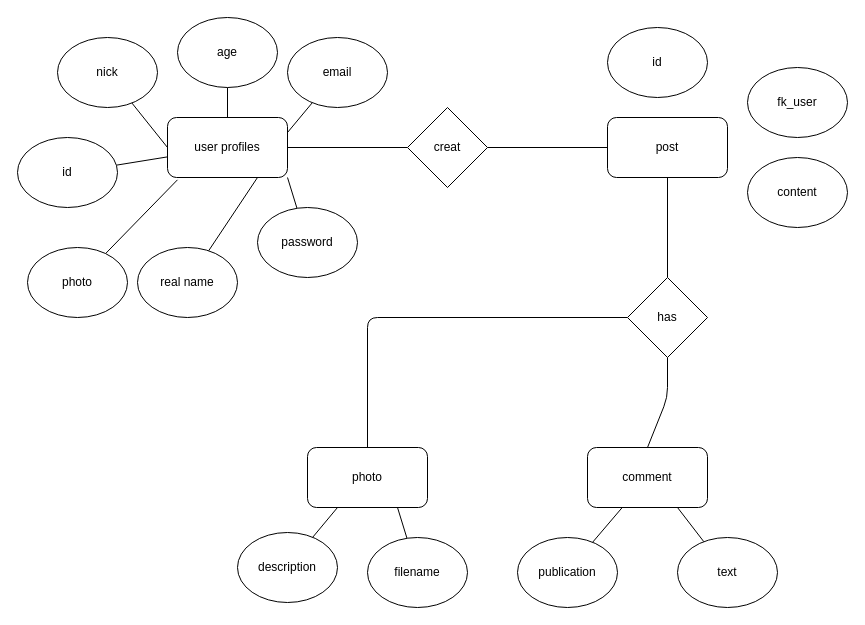
Before: page "Page-2" (2 of 3) of Mohamad/Social Network.drawio in hsntrk/BE16-DBDev-DAY1-Hasan-Mohamad, a draw.io diagram. Source tidied: cells renumbered, new cells numbered last; positions are measured from the earlier drawing's top-left corner, leaving out a move shared by most shapes. Both pictures are drawn from the tidied source at 100%, with x=0, y=0 at pixel (17, 17).
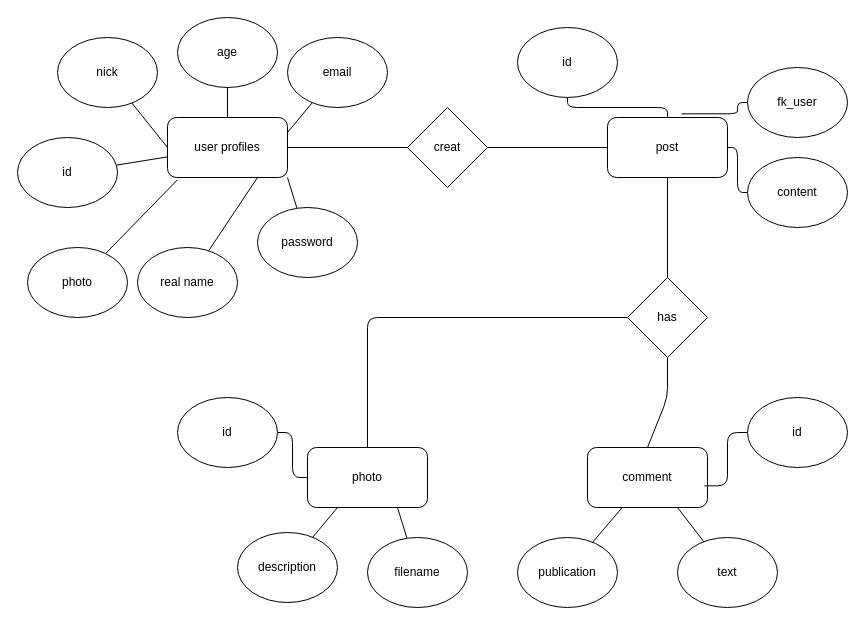
Above is the later version.

Unchanged cells that the change refers to:
```xml
<mxCell id="7" value="post" style="rounded=1;whiteSpace=wrap;html=1;" parent="1" vertex="1">
  <mxGeometry x="590" y="100" width="120" height="60" as="geometry" />
</mxCell>
<mxCell id="11" value="comment" style="rounded=1;whiteSpace=wrap;html=1;" parent="1" vertex="1">
  <mxGeometry x="570" y="430" width="120" height="60" as="geometry" />
</mxCell>
<mxCell id="12" value="photo" style="rounded=1;whiteSpace=wrap;html=1;" parent="1" vertex="1">
  <mxGeometry x="290" y="430" width="120" height="60" as="geometry" />
</mxCell>
<mxCell id="36" value="fk_user" style="ellipse;whiteSpace=wrap;html=1;" parent="1" vertex="1">
  <mxGeometry x="730" y="50" width="100" height="70" as="geometry" />
</mxCell>
<mxCell id="37" value="content" style="ellipse;whiteSpace=wrap;html=1;" parent="1" vertex="1">
  <mxGeometry x="730" y="140" width="100" height="70" as="geometry" />
</mxCell>
```

Diff of the diagram source:
```diff
@@
+    <mxCell id="38" style="edgeStyle=orthogonalEdgeStyle;html=1;endArrow=none;endFill=0;" parent="1" edge="1" source="35" target="7">
+      <mxGeometry relative="1" as="geometry" />
+    </mxCell>
     <mxCell id="35" value="id" style="ellipse;whiteSpace=wrap;html=1;" parent="1" vertex="1">
-      <mxGeometry x="590" y="10" width="100" height="70" as="geometry" />
+      <mxGeometry x="500" y="10" width="100" height="70" as="geometry" />
     </mxCell>
+    <mxCell id="39" style="edgeStyle=orthogonalEdgeStyle;html=1;entryX=0.617;entryY=-0.061;entryDx=0;entryDy=0;entryPerimeter=0;endArrow=none;endFill=0;" parent="1" edge="1" source="36" target="7">
+      <mxGeometry relative="1" as="geometry" />
+    </mxCell>
@@
+    <mxCell id="40" style="edgeStyle=orthogonalEdgeStyle;html=1;entryX=1;entryY=0.5;entryDx=0;entryDy=0;endArrow=none;endFill=0;" parent="1" edge="1" source="37" target="7">
+      <mxGeometry relative="1" as="geometry" />
+    </mxCell>
@@
+    <mxCell id="41" style="edgeStyle=orthogonalEdgeStyle;html=1;endArrow=none;endFill=0;entryX=0.974;entryY=0.639;entryDx=0;entryDy=0;entryPerimeter=0;" parent="1" edge="1" source="42" target="11">
+      <mxGeometry relative="1" as="geometry" />
+    </mxCell>
+    <mxCell id="42" value="id" style="ellipse;whiteSpace=wrap;html=1;" parent="1" vertex="1">
+      <mxGeometry x="730" y="380" width="100" height="70" as="geometry" />
+    </mxCell>
+    <mxCell id="43" style="edgeStyle=orthogonalEdgeStyle;html=1;endArrow=none;endFill=0;" parent="1" edge="1" source="44" target="12">
+      <mxGeometry relative="1" as="geometry" />
+    </mxCell>
+    <mxCell id="44" value="id" style="ellipse;whiteSpace=wrap;html=1;" parent="1" vertex="1">
+      <mxGeometry x="160" y="380" width="100" height="70" as="geometry" />
+    </mxCell>
```
